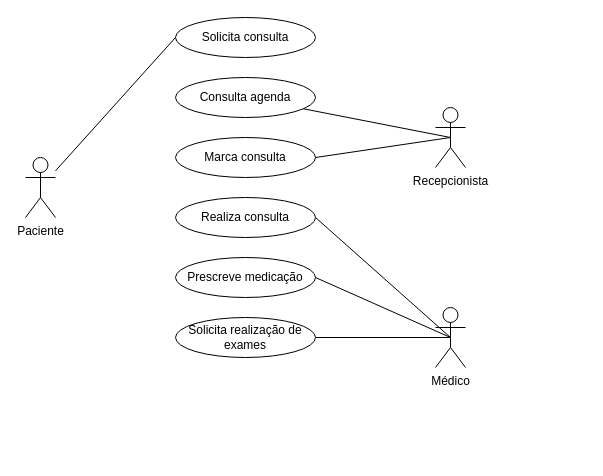
This is Use Case Diagram.drawio from JonatasFontele/Banco-de-Dados, a draw.io file, before an edit. Source tidied: cells renumbered, new cells numbered last; positions are measured from the earlier drawing's top-left corner, leaving out a move shared by most shapes. Both pictures are drawn from the tidied source at 100%, with x=0, y=0 at pixel (25, 17).
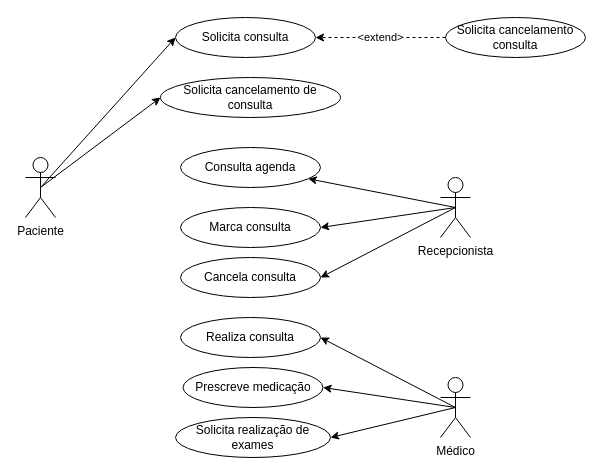
The same page after the edit.

Unchanged cells that the change refers to:
```xml
<mxCell id="2" value="Paciente" style="shape=umlActor;verticalLabelPosition=bottom;verticalAlign=top;html=1;outlineConnect=0;shadow=0;" parent="1" vertex="1">
  <mxGeometry y="140" width="30" height="60" as="geometry" />
</mxCell>
<mxCell id="5" value="Solicita consulta" style="ellipse;whiteSpace=wrap;html=1;" parent="1" vertex="1">
  <mxGeometry x="150" width="140" height="40" as="geometry" />
</mxCell>
```

Change to the diagram source:
```diff
@@
     <mxCell id="3" value="Recepcionista" style="shape=umlActor;verticalLabelPosition=bottom;verticalAlign=top;html=1;outlineConnect=0;" parent="1" vertex="1">
-      <mxGeometry x="410" y="90" width="30" height="60" as="geometry" />
+      <mxGeometry x="415" y="160" width="30" height="60" as="geometry" />
     </mxCell>
     <mxCell id="4" value="Médico" style="shape=umlActor;verticalLabelPosition=bottom;verticalAlign=top;html=1;outlineConnect=0;" parent="1" vertex="1">
-      <mxGeometry x="410" y="290" width="30" height="60" as="geometry" />
+      <mxGeometry x="415" y="360" width="30" height="60" as="geometry" />
     </mxCell>
@@
-    <mxCell id="6" style="endArrow=none;html=1;entryX=0;entryY=0.5;entryDx=0;entryDy=0;" parent="1" edge="1" source="2" target="5">
+    <mxCell id="6" style="endArrow=none;html=1;entryX=0.5;entryY=0.5;entryDx=0;entryDy=0;startArrow=classic;startFill=1;entryPerimeter=0;exitX=0;exitY=0.5;exitDx=0;exitDy=0;" parent="1" edge="1" source="5" target="2">
       <mxGeometry relative="1" as="geometry" />
     </mxCell>
     <mxCell id="7" value="Consulta agenda" style="ellipse;whiteSpace=wrap;html=1;" parent="1" vertex="1">
-      <mxGeometry x="150" y="60" width="140" height="40" as="geometry" />
+      <mxGeometry x="155" y="130" width="140" height="40" as="geometry" />
     </mxCell>
-    <mxCell id="8" style="endArrow=none;html=1;entryX=0.5;entryY=0.5;entryDx=0;entryDy=0;entryPerimeter=0;" parent="1" edge="1" source="7" target="3">
+    <mxCell id="8" style="endArrow=none;html=1;entryX=0.5;entryY=0.5;entryDx=0;entryDy=0;entryPerimeter=0;endFill=0;startArrow=classic;startFill=1;" parent="1" edge="1" source="7" target="3">
       <mxGeometry relative="1" as="geometry" />
     </mxCell>
     <mxCell id="9" value="Marca consulta" style="ellipse;whiteSpace=wrap;html=1;" parent="1" vertex="1">
-      <mxGeometry x="150" y="120" width="140" height="40" as="geometry" />
+      <mxGeometry x="155" y="190" width="140" height="40" as="geometry" />
     </mxCell>
-    <mxCell id="10" style="endArrow=none;html=1;entryX=0.5;entryY=0.5;entryDx=0;entryDy=0;entryPerimeter=0;exitX=1;exitY=0.5;exitDx=0;exitDy=0;" parent="1" edge="1" source="9" target="3">
+    <mxCell id="10" style="endArrow=none;html=1;entryX=0.5;entryY=0.5;entryDx=0;entryDy=0;entryPerimeter=0;exitX=1;exitY=0.5;exitDx=0;exitDy=0;startArrow=classic;startFill=1;" parent="1" edge="1" source="9" target="3">
       <mxGeometry relative="1" as="geometry" />
     </mxCell>
     <mxCell id="11" value="Realiza consulta" style="ellipse;whiteSpace=wrap;html=1;" parent="1" vertex="1">
-      <mxGeometry x="150" y="180" width="140" height="40" as="geometry" />
+      <mxGeometry x="155" y="300" width="140" height="40" as="geometry" />
     </mxCell>
-    <mxCell id="12" style="endArrow=none;html=1;entryX=0.5;entryY=0.5;entryDx=0;entryDy=0;entryPerimeter=0;exitX=1;exitY=0.5;exitDx=0;exitDy=0;" parent="1" edge="1" source="11" target="4">
+    <mxCell id="12" style="endArrow=none;html=1;entryX=0.5;entryY=0.5;entryDx=0;entryDy=0;entryPerimeter=0;exitX=1;exitY=0.5;exitDx=0;exitDy=0;startArrow=classic;startFill=1;" parent="1" edge="1" source="11" target="4">
       <mxGeometry relative="1" as="geometry" />
     </mxCell>
     <mxCell id="13" value="Prescreve medicação" style="ellipse;whiteSpace=wrap;html=1;" parent="1" vertex="1">
-      <mxGeometry x="150" y="240" width="140" height="40" as="geometry" />
+      <mxGeometry x="157.5" y="350" width="140" height="40" as="geometry" />
     </mxCell>
     <mxCell id="14" value="Solicita realização de exames" style="ellipse;whiteSpace=wrap;html=1;" parent="1" vertex="1">
-      <mxGeometry x="150" y="300" width="140" height="40" as="geometry" />
+      <mxGeometry x="150" y="400" width="155" height="40" as="geometry" />
     </mxCell>
-    <mxCell id="15" style="endArrow=none;html=1;entryX=0.5;entryY=0.5;entryDx=0;entryDy=0;entryPerimeter=0;exitX=1;exitY=0.5;exitDx=0;exitDy=0;" parent="1" edge="1" source="13" target="4">
+    <mxCell id="15" style="endArrow=none;html=1;entryX=0.5;entryY=0.5;entryDx=0;entryDy=0;entryPerimeter=0;exitX=1;exitY=0.5;exitDx=0;exitDy=0;startArrow=classic;startFill=1;" parent="1" edge="1" source="13" target="4">
       <mxGeometry relative="1" as="geometry" />
     </mxCell>
-    <mxCell id="16" style="endArrow=none;html=1;entryX=0.5;entryY=0.5;entryDx=0;entryDy=0;entryPerimeter=0;exitX=1;exitY=0.5;exitDx=0;exitDy=0;" parent="1" edge="1" source="14" target="4">
+    <mxCell id="16" style="endArrow=none;html=1;entryX=0.5;entryY=0.5;entryDx=0;entryDy=0;entryPerimeter=0;exitX=1;exitY=0.5;exitDx=0;exitDy=0;startArrow=classic;startFill=1;" parent="1" edge="1" source="14" target="4">
       <mxGeometry relative="1" as="geometry" />
     </mxCell>
+    <mxCell id="17" value="&amp;lt;extend&amp;gt;" style="edgeStyle=orthogonalEdgeStyle;rounded=0;jettySize=auto;html=1;dashed=1;exitX=0;exitY=0.5;exitDx=0;exitDy=0;" parent="1" edge="1" source="19" target="5">
+      <mxGeometry relative="1" as="geometry" />
+    </mxCell>
+    <mxCell id="18" value="Solicita cancelamento de consulta" style="ellipse;whiteSpace=wrap;html=1;" parent="1" vertex="1">
+      <mxGeometry x="135" y="60" width="180" height="40" as="geometry" />
+    </mxCell>
+    <mxCell id="19" value="Solicita cancelamento consulta" style="ellipse;whiteSpace=wrap;html=1;" parent="1" vertex="1">
+      <mxGeometry x="420" width="140" height="40" as="geometry" />
+    </mxCell>
+    <mxCell id="20" style="endArrow=none;html=1;entryX=0.5;entryY=0.5;entryDx=0;entryDy=0;startArrow=classic;startFill=1;entryPerimeter=0;exitX=0;exitY=0.5;exitDx=0;exitDy=0;" parent="1" edge="1" source="18" target="2">
+      <mxGeometry relative="1" as="geometry" />
+    </mxCell>
+    <mxCell id="21" value="Cancela consulta" style="ellipse;whiteSpace=wrap;html=1;" parent="1" vertex="1">
+      <mxGeometry x="155" y="240" width="140" height="40" as="geometry" />
+    </mxCell>
+    <mxCell id="22" style="endArrow=none;html=1;exitX=1;exitY=0.5;exitDx=0;exitDy=0;startArrow=classic;startFill=1;" parent="1" edge="1" source="21">
+      <mxGeometry relative="1" as="geometry">
+        <mxPoint x="430" y="190" as="targetPoint" />
+      </mxGeometry>
+    </mxCell>
```
